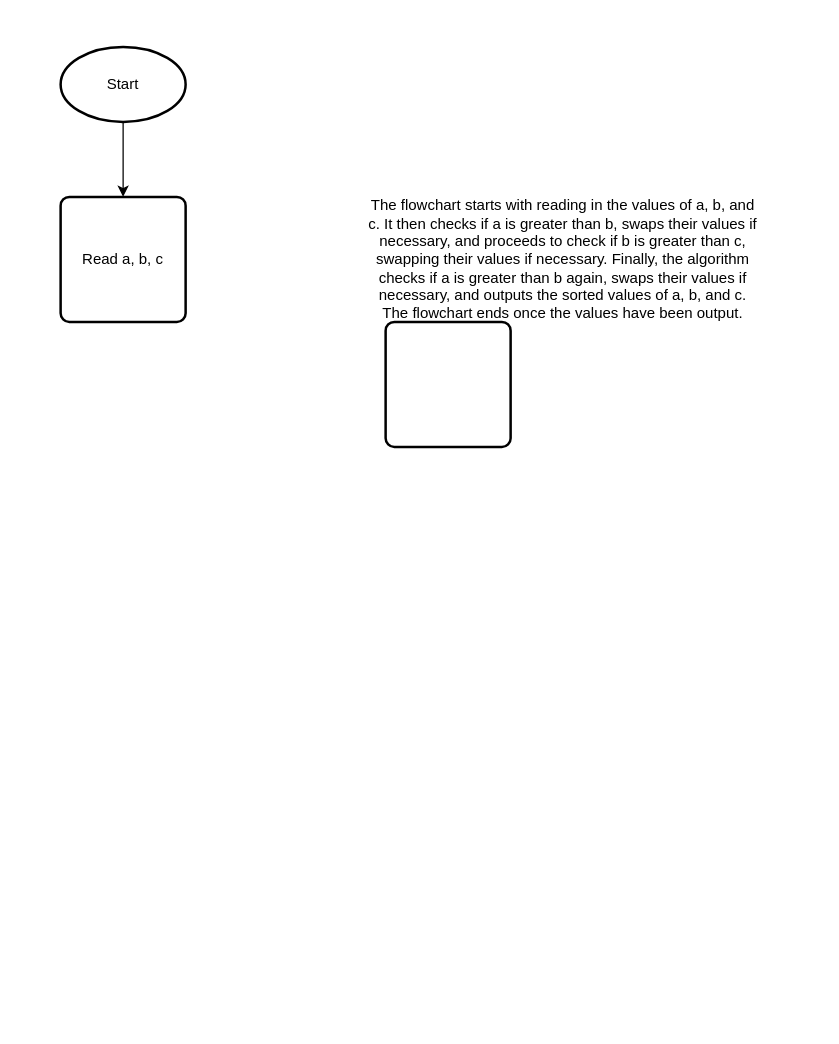
actually9949/my-flowcharts keeps this draw.io diagram as Algorithm that  reads in three numbers and writes them all in sorted order.drawio. Above is the earlier version. Source tidied: cells renumbered, new cells numbered last; positions are measured from the earlier drawing's top-left corner, leaving out a move shared by most shapes. Both pictures are drawn from the tidied source at 125%, with x=0, y=0 at pixel (60, 46).
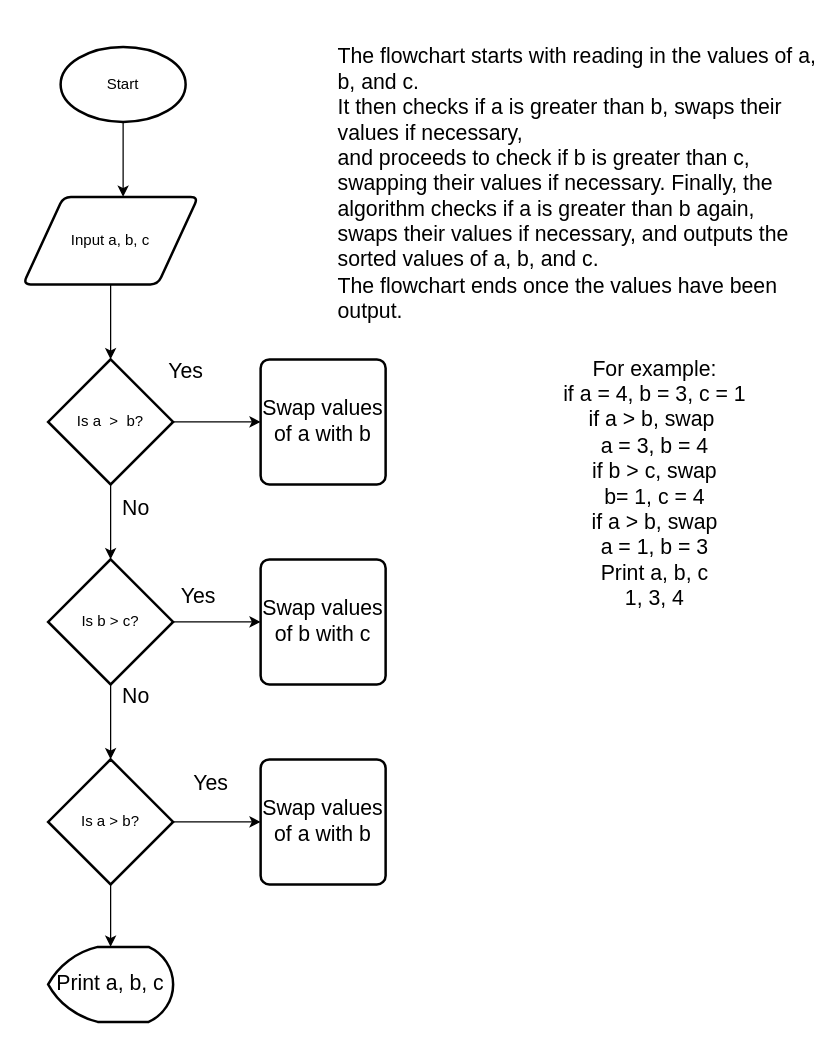
Above is the later version.

The change refers to these unchanged cells:
```xml
<mxCell id="4" value="Start" style="strokeWidth=2;html=1;shape=mxgraph.flowchart.start_1;whiteSpace=wrap;" parent="1" vertex="1">
  <mxGeometry width="100" height="60" as="geometry" />
</mxCell>
```

The edit, as a diff of the source:
```diff
@@
-    <mxCell id="2" value="The flowchart starts with reading in the values of a, b, and c. It then checks if a is greater than b, swaps their values if necessary, and proceeds to check if b is greater than c, swapping their values if necessary. Finally, the algorithm checks if a is greater than b again, swaps their values if necessary, and outputs the sorted values of a, b, and c. The flowchart ends once the values have been output." style="text;html=1;strokeColor=none;fillColor=none;align=center;verticalAlign=middle;whiteSpace=wrap;rounded=0;" parent="1" vertex="1">
-      <mxGeometry x="244" y="50" width="316" height="240" as="geometry" />
+    <mxCell id="2" value="The flowchart starts with reading in the values of a, b, and c.&lt;br&gt;It then checks if a is greater than b, swaps their values if necessary, &lt;br&gt;and proceeds to check if b is greater than c, swapping their values if necessary. Finally, the algorithm checks if a is greater than b again, swaps their values if necessary, and outputs the sorted values of a, b, and c.&lt;br&gt;&lt;div style=&quot;&quot;&gt;&lt;span style=&quot;background-color: initial;&quot;&gt;The flowchart ends once the values have been output.&lt;/span&gt;&lt;/div&gt;" style="text;html=1;strokeColor=none;fillColor=none;align=left;verticalAlign=middle;whiteSpace=wrap;rounded=0;fontSize=17;" parent="1" vertex="1">
+      <mxGeometry x="220" y="-20" width="386" height="260" as="geometry" />
     </mxCell>
-    <mxCell id="3" style="edgeStyle=orthogonalEdgeStyle;rounded=0;jettySize=auto;html=1;" parent="1" edge="1" source="4" target="5">
-      <mxGeometry relative="1" as="geometry" />
+    <mxCell id="3" style="edgeStyle=orthogonalEdgeStyle;rounded=0;jettySize=auto;html=1;" parent="1" edge="1" source="4">
+      <mxGeometry relative="1" as="geometry">
+        <mxPoint x="50" y="120" as="targetPoint" />
+      </mxGeometry>
     </mxCell>
@@
-    <mxCell id="5" value="Read a, b, c" style="rounded=1;whiteSpace=wrap;html=1;absoluteArcSize=1;arcSize=14;strokeWidth=2;" parent="1" vertex="1">
-      <mxGeometry y="120" width="100" height="100" as="geometry" />
-    </mxCell>
-    <mxCell id="6" style="rounded=1;whiteSpace=wrap;html=1;absoluteArcSize=1;arcSize=14;strokeWidth=2;" parent="1" vertex="1">
-      <mxGeometry x="260" y="220" width="100" height="100" as="geometry" />
-    </mxCell>
+    <mxCell id="7" style="edgeStyle=orthogonalEdgeStyle;rounded=0;jettySize=auto;html=1;" parent="1" edge="1" source="8">
+      <mxGeometry relative="1" as="geometry">
+        <mxPoint x="40" y="250" as="targetPoint" />
+      </mxGeometry>
+    </mxCell>
+    <mxCell id="8" value="Input a, b, c" style="shape=parallelogram;html=1;strokeWidth=2;perimeter=parallelogramPerimeter;whiteSpace=wrap;rounded=1;arcSize=12;size=0.23;" parent="1" vertex="1">
+      <mxGeometry x="-30" y="120" width="140" height="70" as="geometry" />
+    </mxCell>
+    <mxCell id="9" value="Yes" style="edgeStyle=orthogonalEdgeStyle;rounded=0;jettySize=auto;html=1;fontSize=17;" parent="1" edge="1" source="11" target="20">
+      <mxGeometry x="-0.14" y="30" relative="1" as="geometry" />
+    </mxCell>
+    <mxCell id="10" style="edgeStyle=orthogonalEdgeStyle;rounded=0;jettySize=auto;html=1;fontSize=17;" parent="1" edge="1" source="11" target="22">
+      <mxGeometry relative="1" as="geometry" />
+    </mxCell>
+    <mxCell id="11" value="Is a &amp;gt; b?" style="strokeWidth=2;html=1;shape=mxgraph.flowchart.decision;whiteSpace=wrap;" parent="1" vertex="1">
+      <mxGeometry x="-10" y="570" width="100" height="100" as="geometry" />
+    </mxCell>
+    <mxCell id="12" value="No" style="edgeStyle=orthogonalEdgeStyle;rounded=0;jettySize=auto;html=1;fontSize=17;" parent="1" edge="1" source="14" target="17">
+      <mxGeometry x="-0.33" y="20" relative="1" as="geometry" />
+    </mxCell>
+    <mxCell id="13" value="Yes" style="edgeStyle=orthogonalEdgeStyle;rounded=0;jettySize=auto;html=1;fontSize=17;" parent="1" edge="1" source="14" target="18">
+      <mxGeometry x="-0.71" y="40" relative="1" as="geometry" />
+    </mxCell>
+    <mxCell id="14" value="Is a&amp;nbsp; &amp;gt;&amp;nbsp; b?" style="strokeWidth=2;html=1;shape=mxgraph.flowchart.decision;whiteSpace=wrap;" parent="1" vertex="1">
+      <mxGeometry x="-10" y="250" width="100" height="100" as="geometry" />
+    </mxCell>
+    <mxCell id="15" value="&lt;font style=&quot;font-size: 17px;&quot;&gt;No&lt;/font&gt;" style="edgeStyle=orthogonalEdgeStyle;rounded=0;jettySize=auto;html=1;" parent="1" edge="1" source="17" target="11">
+      <mxGeometry x="-0.67" y="20" relative="1" as="geometry" />
+    </mxCell>
+    <mxCell id="16" value="Yes" style="edgeStyle=orthogonalEdgeStyle;rounded=0;jettySize=auto;html=1;fontSize=17;" parent="1" edge="1" source="17" target="19">
+      <mxGeometry x="-0.43" y="20" relative="1" as="geometry" />
+    </mxCell>
+    <mxCell id="17" value="Is b &amp;gt; c?" style="strokeWidth=2;html=1;shape=mxgraph.flowchart.decision;whiteSpace=wrap;" parent="1" vertex="1">
+      <mxGeometry x="-10" y="410" width="100" height="100" as="geometry" />
+    </mxCell>
+    <mxCell id="18" value="Swap values&lt;br&gt;of a with b" style="rounded=1;whiteSpace=wrap;html=1;absoluteArcSize=1;arcSize=14;strokeWidth=2;fontSize=17;" parent="1" vertex="1">
+      <mxGeometry x="160" y="250" width="100" height="100" as="geometry" />
+    </mxCell>
+    <mxCell id="19" value="Swap values&lt;br&gt;of b with c" style="rounded=1;whiteSpace=wrap;html=1;absoluteArcSize=1;arcSize=14;strokeWidth=2;fontSize=17;" parent="1" vertex="1">
+      <mxGeometry x="160" y="410" width="100" height="100" as="geometry" />
+    </mxCell>
+    <mxCell id="20" value="Swap values&lt;br&gt;of a with b" style="rounded=1;whiteSpace=wrap;html=1;absoluteArcSize=1;arcSize=14;strokeWidth=2;fontSize=17;" parent="1" vertex="1">
+      <mxGeometry x="160" y="570" width="100" height="100" as="geometry" />
+    </mxCell>
+    <mxCell id="21" value="For example:&lt;br&gt;if a = 4, b = 3, c = 1&lt;br&gt;if a &amp;gt; b, swap&amp;nbsp;&lt;br&gt;a = 3, b = 4&lt;br&gt;if b &amp;gt; c, swap&lt;br&gt;b= 1, c = 4&lt;br&gt;if a &amp;gt; b, swap&lt;br&gt;a = 1, b = 3&lt;br&gt;Print a, b, c&lt;br&gt;1, 3, 4" style="text;html=1;align=center;verticalAlign=middle;strokeColor=none;fillColor=none;fontSize=17;" parent="1" vertex="1">
+      <mxGeometry x="390" y="240" width="170" height="220" as="geometry" />
+    </mxCell>
+    <mxCell id="22" value="Print a, b, c" style="strokeWidth=2;html=1;shape=mxgraph.flowchart.display;whiteSpace=wrap;fontSize=17;" parent="1" vertex="1">
+      <mxGeometry x="-10" y="720" width="100" height="60" as="geometry" />
+    </mxCell>
```
